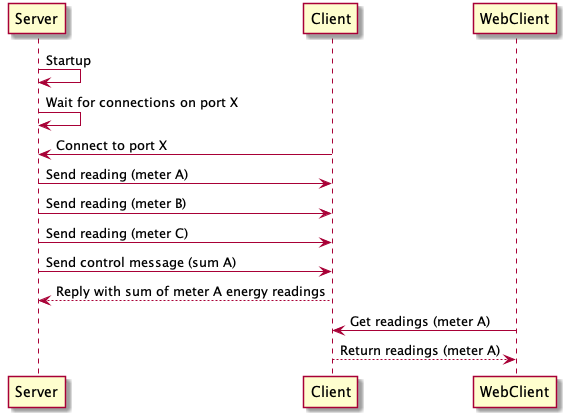
Earlier version of the PlantUML export docs/system.png (fresh-energy/coding-challenge). Its source is kept beside it as docs/system.puml. The source it was exported from:
```plantuml
@startuml

Server -> Server: Startup
Server -> Server: Wait for connections on port X

Client -> Server: Connect to port X

Server -> Client: Send reading (meter A)
Server -> Client: Send reading (meter B)
Server -> Client: Send reading (meter C)
Server -> Client: Send control message (sum A)
Client --> Server: Reply with sum of meter A energy readings

WebClient -> Client: Get readings (meter A)
Client --> WebClient: Return readings (meter A)
@enduml
```
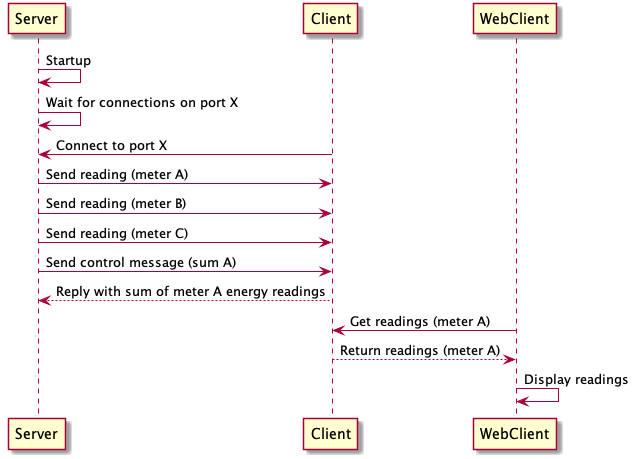
After the change.

What changed in the source:
```diff
@@ -13,4 +13,5 @@
 
 WebClient -> Client: Get readings (meter A)
 Client --> WebClient: Return readings (meter A)
+WebClient -> WebClient: Display readings
 @enduml
```
